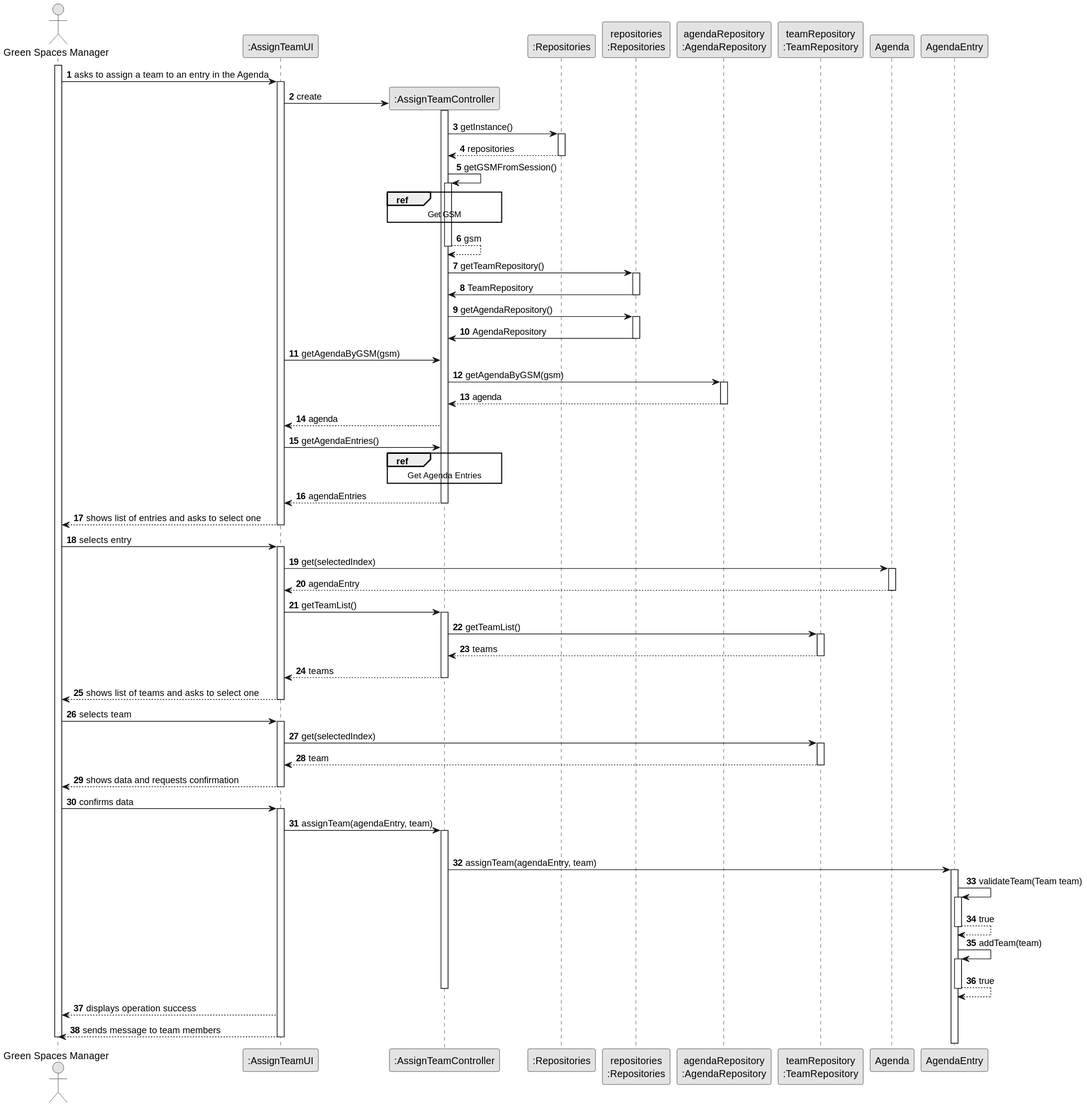
This is docs/sprint3/us023/03.design/svg/us023-sequence-diagram-full.svg from tiagosoa/lei-24-s2-1dgh-g073, a PlantUML export, as it was before one commit.
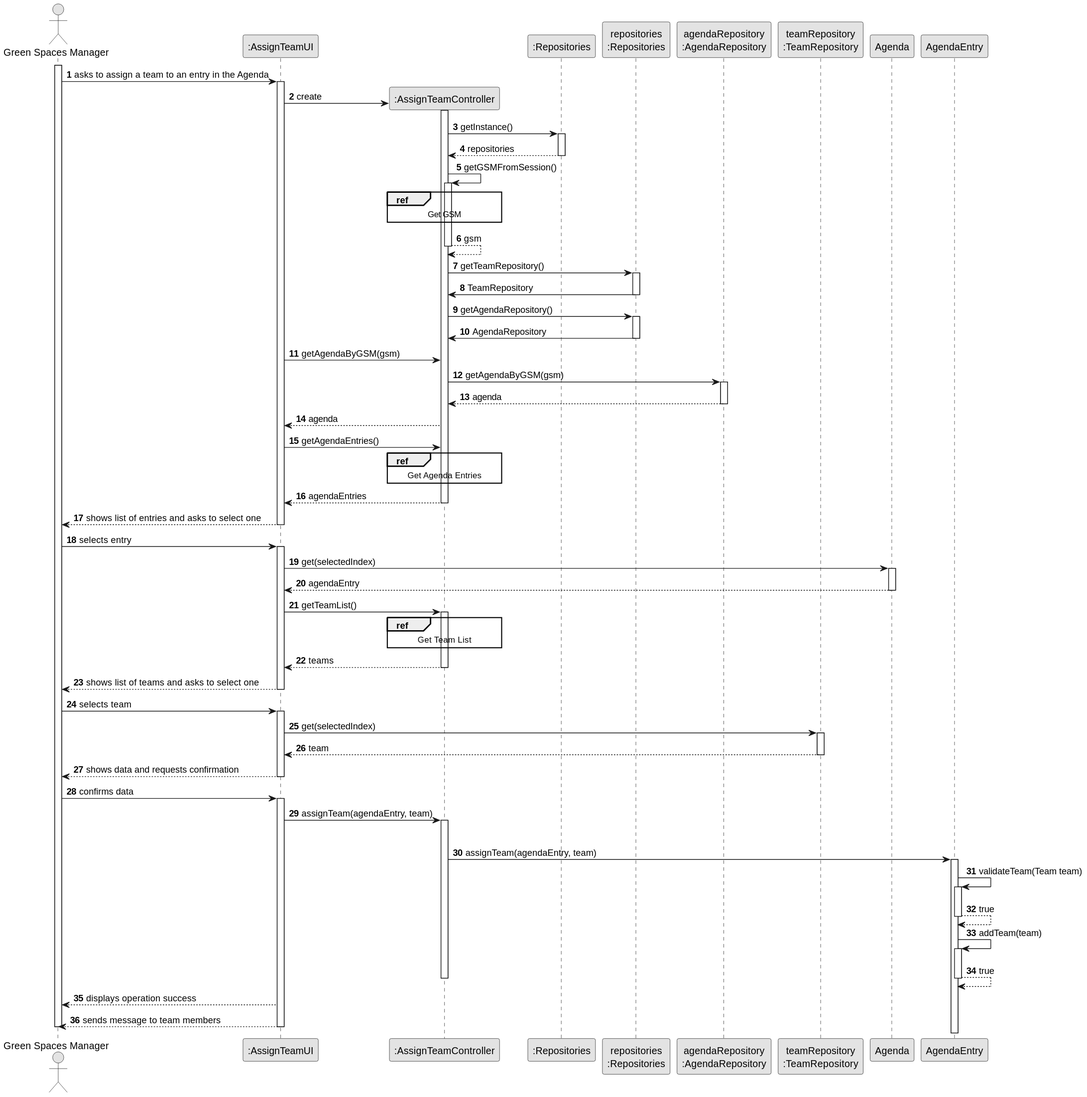
After the commit.

Change to the diagram source:
```diff
@@ -93,11 +93,9 @@
                                  UI -> CTRL : getTeamList()
                                  activate CTRL
 
-                                CTRL -> TR : getTeamList()
-                                activate TR
-
-                                TR --> CTRL : teams
-                                deactivate TR
+                                ref over CTRL
+                                Get Team List
+                                end
 
                                 CTRL --> UI : teams
                                 deactivate CTRL
```
